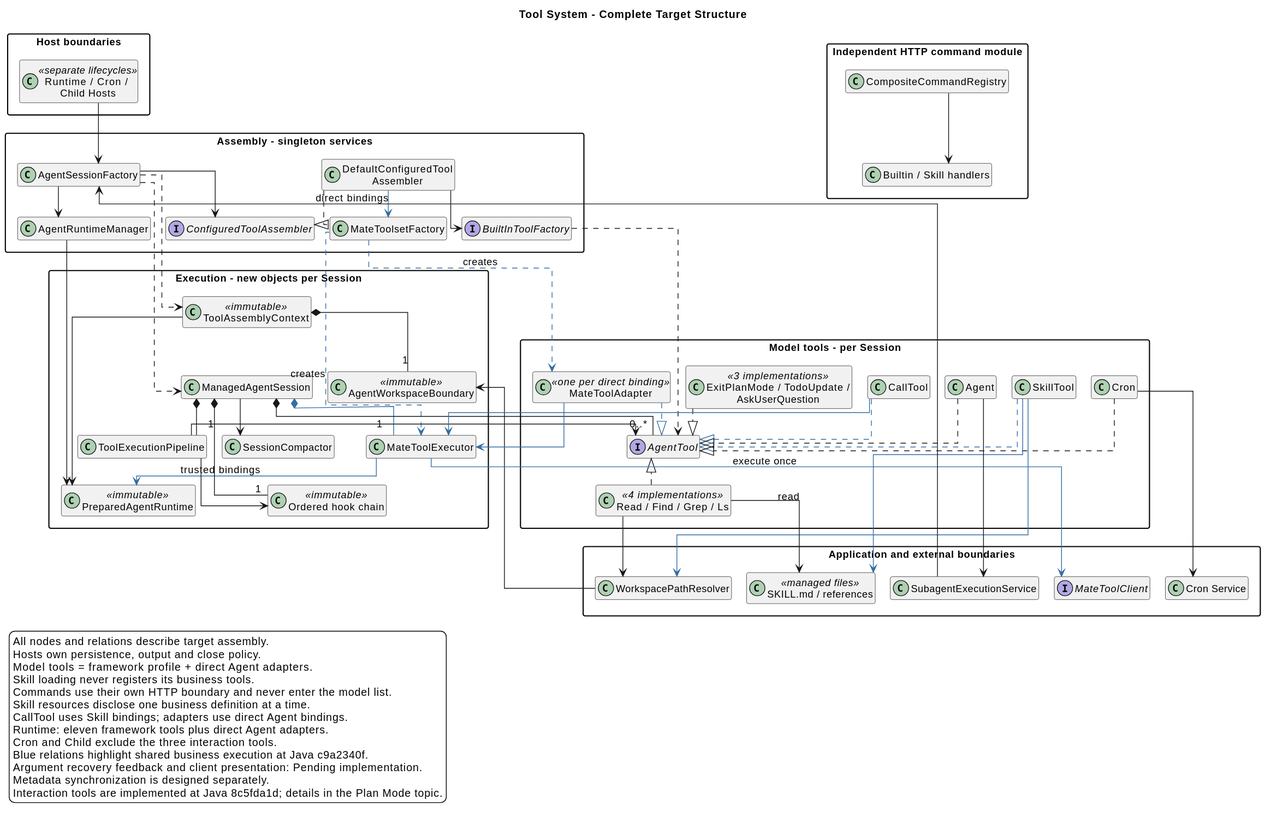
ssm0808/pi-mono-java-design keeps this PlantUML diagram as 01-总体架构/02-CampusClaw工具系统/tool_system_architecture.svg. Above is the earlier version.
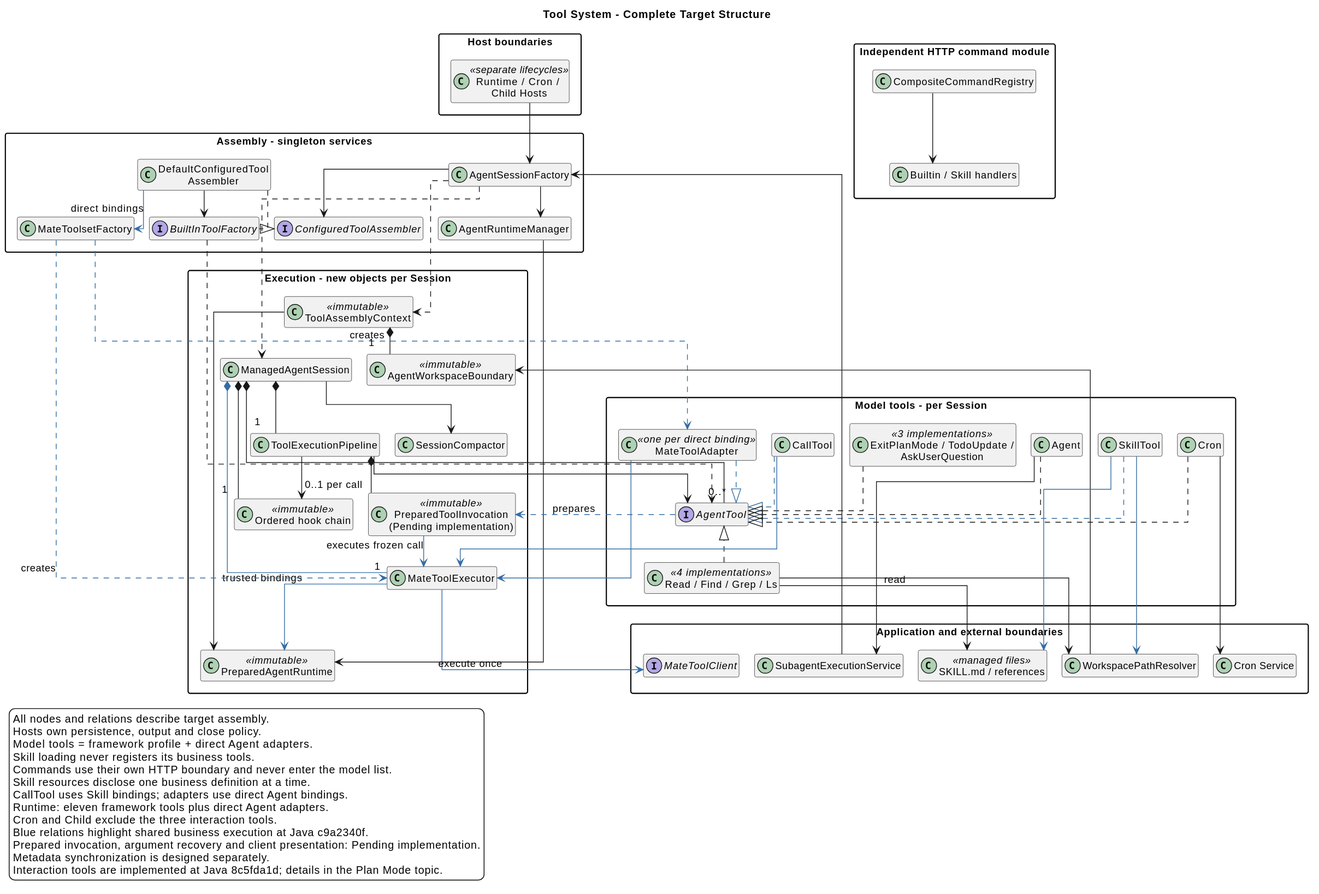
The same file after the commit.

Change to the diagram source:
```diff
@@ -31,6 +31,7 @@
   class "PreparedAgentRuntime" as Runtime <<immutable>>
   class "Ordered hook chain" as Hooks <<immutable>>
   class "ToolExecutionPipeline" as Pipeline
+  class "PreparedToolInvocation\n(Pending implementation)" as Prepared <<immutable>>
   class "SessionCompactor" as Compactor
 }
 package "Model tools - per Session" {
@@ -75,6 +76,9 @@
 Session *-- "0..*" Tool
 Pipeline --> Hooks
 Pipeline --> Tool
+Pipeline *-- "0..1 per call" Prepared
+Tool .[#346DA5].> Prepared : prepares
+Prepared -[#346DA5]-> Executor : executes frozen call
 ToolFactory ..> Tool
 Local ..|> Tool
 Skill .[#346DA5].|> Tool
@@ -109,7 +113,7 @@
 Runtime: eleven framework tools plus direct Agent adapters.
 Cron and Child exclude the three interaction tools.
 Blue relations highlight shared business execution at Java c9a2340f.
-Argument recovery feedback and client presentation: Pending implementation.
+Prepared invocation, argument recovery and client presentation: Pending implementation.
 Metadata synchronization is designed separately.
 Interaction tools are implemented at Java 8c5fda1d; details in the Plan Mode topic.
 endlegend
```
